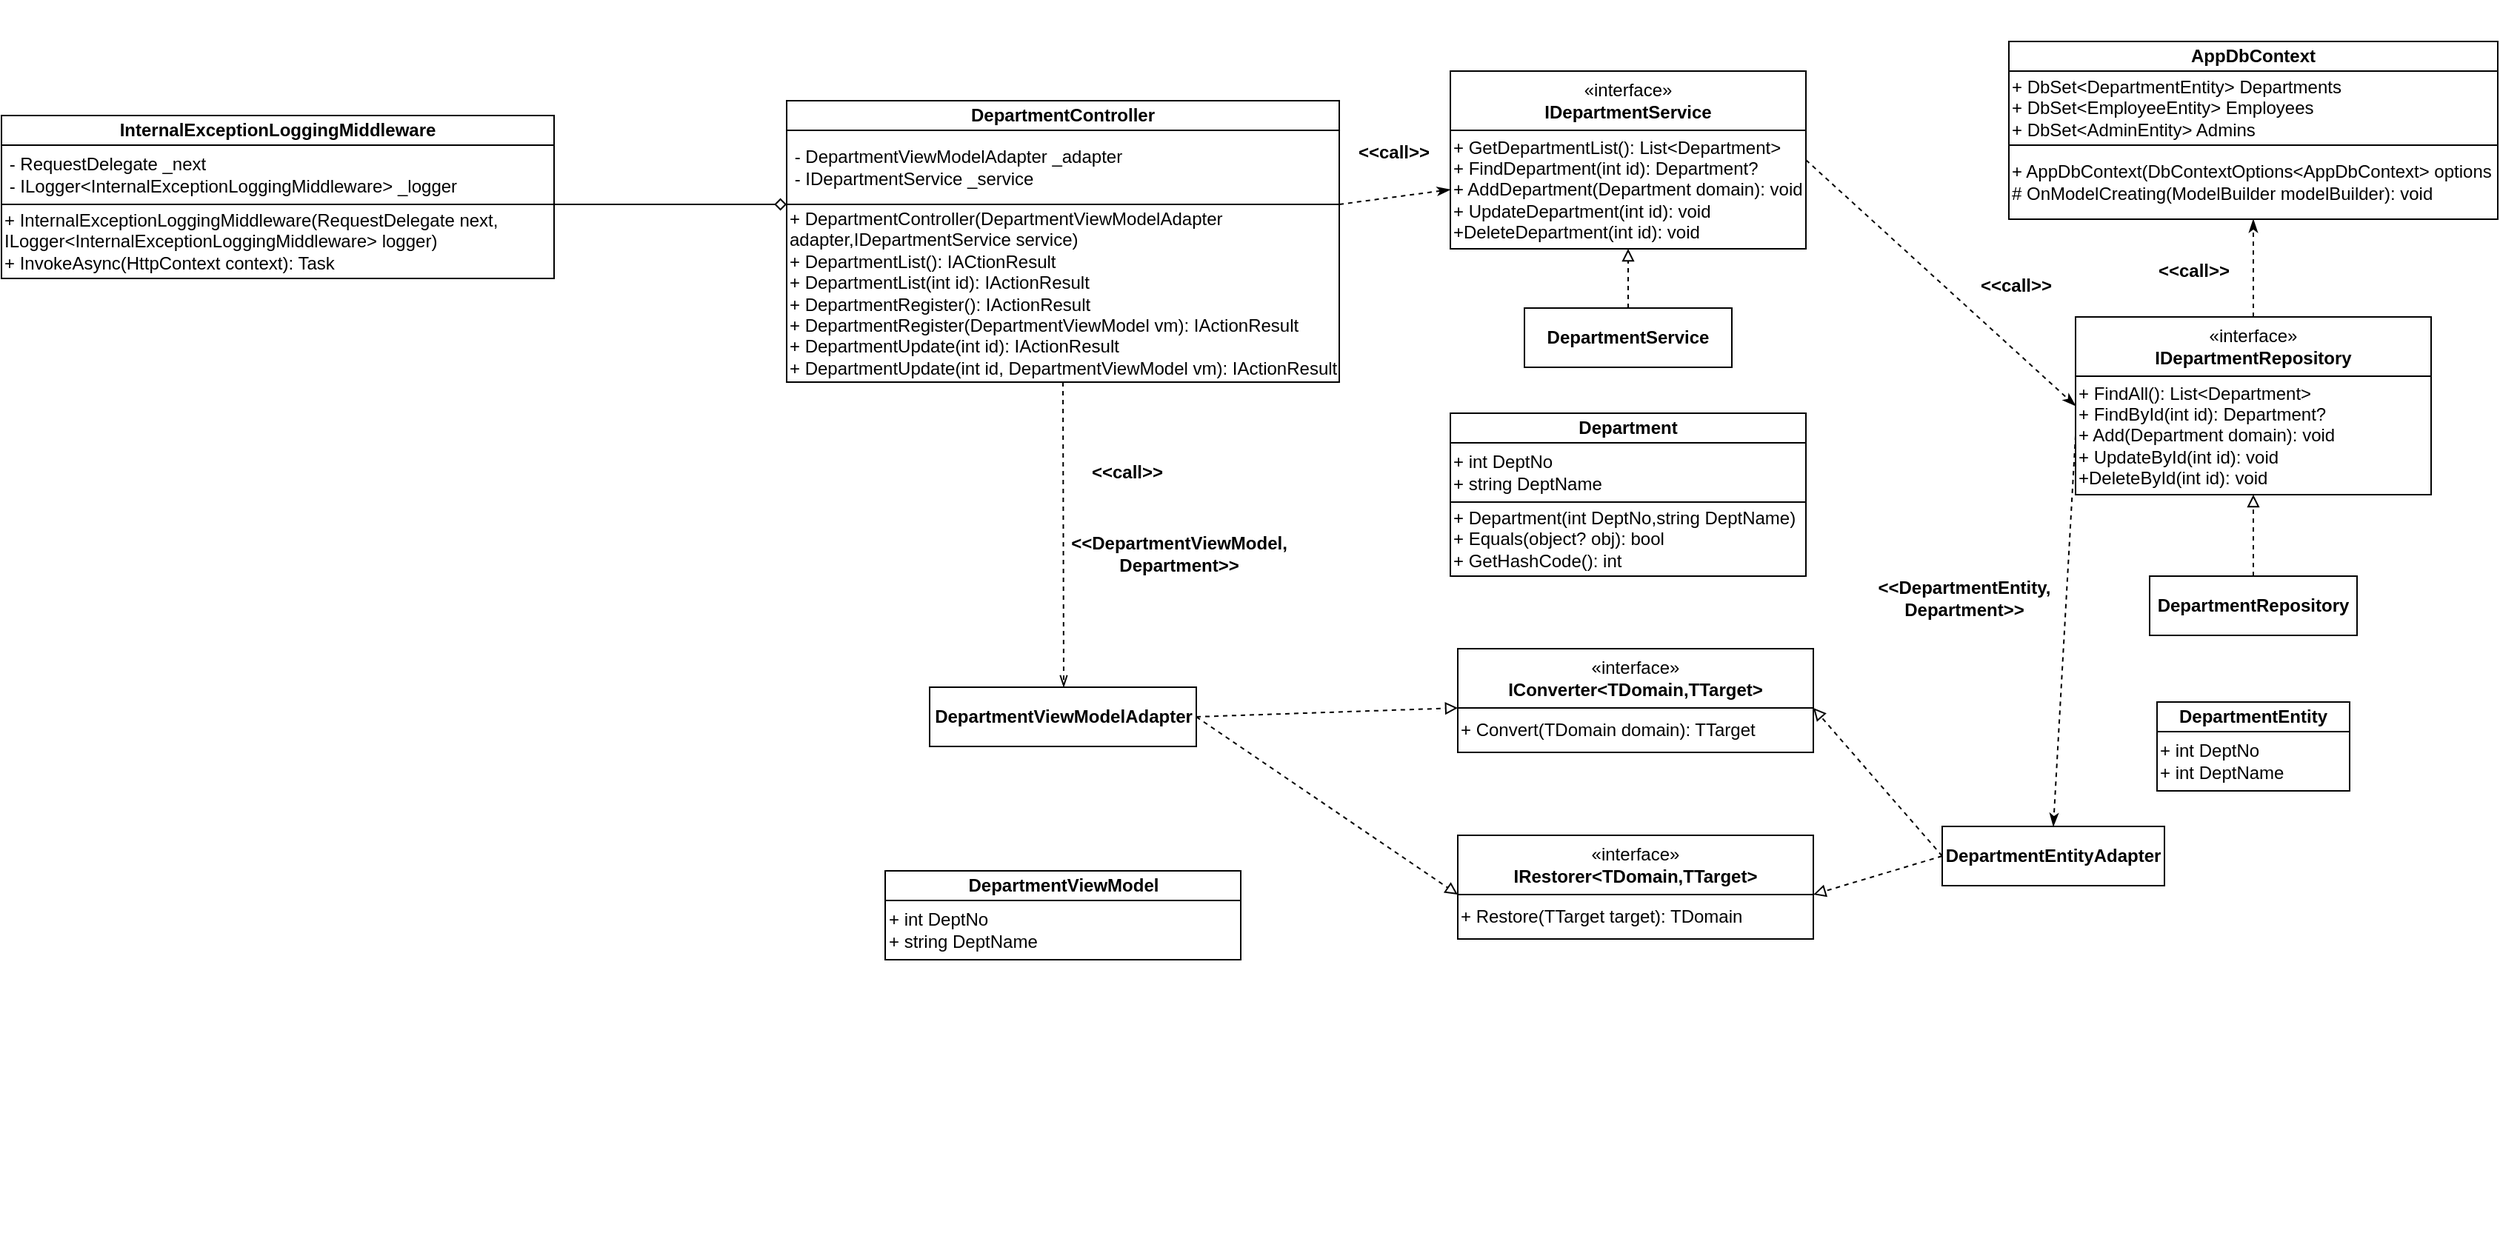
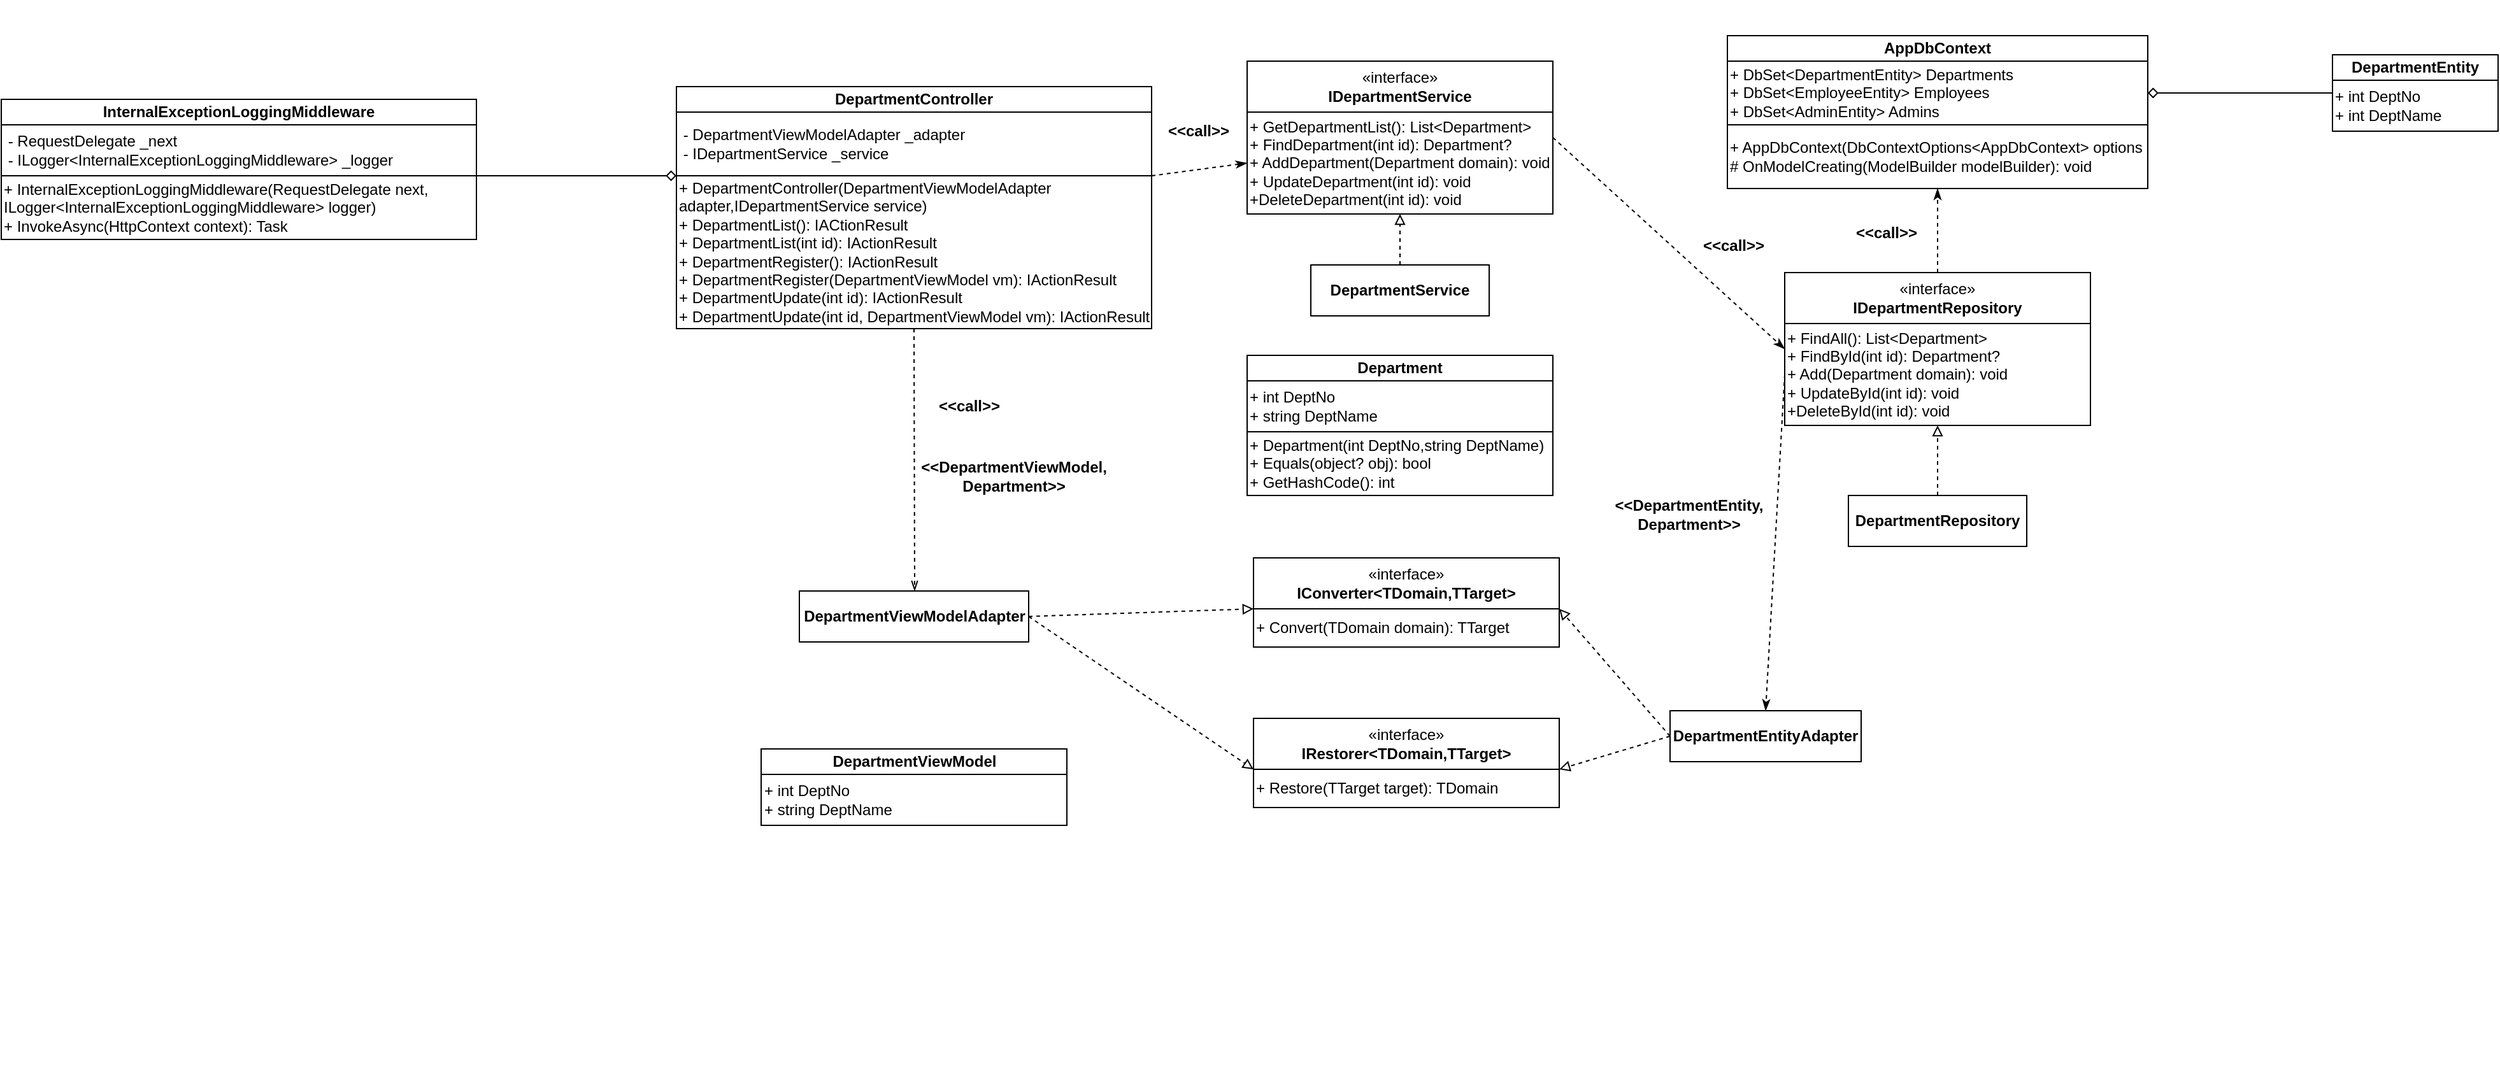
<mxfile host="app.diagrams.net" pages="3">
  <diagram id="eUCI7CJfwcSKy9IW8C9F" name="Department">
-     <mxGraphModel dx="1192" dy="1700" grid="1" gridSize="10" guides="1" tooltips="1" connect="1" arrows="1" fold="1" page="1" pageScale="1" pageWidth="827" pageHeight="1169" math="0" shadow="0">
+     <mxGraphModel dx="1257" dy="1813" grid="1" gridSize="10" guides="1" tooltips="1" connect="1" arrows="1" fold="1" page="1" pageScale="1" pageWidth="827" pageHeight="1169" math="0" shadow="0">
      <root>
        <mxCell id="0" />
        <mxCell id="1" parent="0" />
        <mxCell id="2i9eVV3r1PEfjE6ppo1e-16" parent="1" style="html=1;whiteSpace=wrap;" value="«interface»&lt;br&gt;&lt;b&gt;IDepartmentRepository&lt;/b&gt;" vertex="1">
          <mxGeometry height="40" width="240" x="1650" y="-884" as="geometry" />
        </mxCell>
        <mxCell id="2i9eVV3r1PEfjE6ppo1e-17" parent="1" style="html=1;whiteSpace=wrap;align=left;" value="+ FindAll(): List&amp;lt;Department&amp;gt;&lt;div&gt;+ FindById(int id): Department?&lt;/div&gt;&lt;div&gt;+ Add(Department domain): void&lt;/div&gt;&lt;div&gt;+ UpdateById(int id): void&lt;/div&gt;&lt;div&gt;+DeleteById(int id): void&lt;/div&gt;" vertex="1">
          <mxGeometry height="80" width="240" x="1650" y="-844" as="geometry" />
        </mxCell>
        <mxCell id="2i9eVV3r1PEfjE6ppo1e-24" parent="1" style="html=1;whiteSpace=wrap;" value="&lt;div&gt;&lt;b style=&quot;background-color: transparent; color: light-dark(rgb(0, 0, 0), rgb(255, 255, 255));&quot;&gt;DepartmentRepository&lt;/b&gt;&lt;/div&gt;" vertex="1">
          <mxGeometry height="40" width="140" x="1700" y="-709" as="geometry" />
        </mxCell>
        <mxCell id="2i9eVV3r1PEfjE6ppo1e-27" edge="1" parent="1" source="2i9eVV3r1PEfjE6ppo1e-24" style="endArrow=block;html=1;rounded=0;dashed=1;endFill=0;exitX=0.5;exitY=0;exitDx=0;exitDy=0;entryX=0.5;entryY=1;entryDx=0;entryDy=0;" target="2i9eVV3r1PEfjE6ppo1e-17" value="">
          <mxGeometry height="50" relative="1" width="50" as="geometry">
            <mxPoint x="1838" y="-684" as="sourcePoint" />
            <mxPoint x="1888" y="-734" as="targetPoint" />
          </mxGeometry>
        </mxCell>
        <mxCell id="2i9eVV3r1PEfjE6ppo1e-29" parent="1" style="html=1;whiteSpace=wrap;" value="«interface»&lt;br&gt;&lt;b&gt;IDepartmentService&lt;/b&gt;" vertex="1">
          <mxGeometry height="40" width="240" x="1228" y="-1050" as="geometry" />
        </mxCell>
        <mxCell id="2i9eVV3r1PEfjE6ppo1e-30" parent="1" style="html=1;whiteSpace=wrap;align=left;" value="+ GetDepartmentList(): List&amp;lt;Department&amp;gt;&lt;div&gt;+ FindDepartment(int id): Department?&lt;/div&gt;&lt;div&gt;+ AddDepartment(Department domain): void&lt;/div&gt;&lt;div&gt;+ UpdateDepartment(int id): void&lt;/div&gt;&lt;div&gt;+DeleteDepartment(int id): void&lt;/div&gt;" vertex="1">
          <mxGeometry height="80" width="240" x="1228" y="-1010" as="geometry" />
        </mxCell>
        <mxCell id="2i9eVV3r1PEfjE6ppo1e-31" parent="1" style="html=1;whiteSpace=wrap;" value="&lt;div&gt;&lt;b style=&quot;background-color: transparent; color: light-dark(rgb(0, 0, 0), rgb(255, 255, 255));&quot;&gt;DepartmentService&lt;/b&gt;&lt;/div&gt;" vertex="1">
          <mxGeometry height="40" width="140" x="1278" y="-890" as="geometry" />
        </mxCell>
        <mxCell id="2i9eVV3r1PEfjE6ppo1e-32" edge="1" parent="1" source="2i9eVV3r1PEfjE6ppo1e-31" style="endArrow=block;html=1;rounded=0;dashed=1;endFill=0;exitX=0.5;exitY=0;exitDx=0;exitDy=0;entryX=0.5;entryY=1;entryDx=0;entryDy=0;" target="2i9eVV3r1PEfjE6ppo1e-30" value="">
          <mxGeometry height="50" relative="1" width="50" as="geometry">
            <mxPoint x="1418" y="-853" as="sourcePoint" />
            <mxPoint x="1328" y="-930" as="targetPoint" />
          </mxGeometry>
        </mxCell>
        <mxCell id="2i9eVV3r1PEfjE6ppo1e-34" parent="1" style="html=1;whiteSpace=wrap;" value="«interface»&lt;br&gt;&lt;b&gt;IConverter&amp;lt;TDomain,TTarget&amp;gt;&lt;/b&gt;" vertex="1">
          <mxGeometry height="40" width="240" x="1233" y="-660" as="geometry" />
        </mxCell>
        <mxCell id="2i9eVV3r1PEfjE6ppo1e-35" parent="1" style="html=1;whiteSpace=wrap;align=left;" value="+ Convert(TDomain domain): TTarget" vertex="1">
          <mxGeometry height="30" width="240" x="1233" y="-620" as="geometry" />
        </mxCell>
        <mxCell id="2i9eVV3r1PEfjE6ppo1e-36" parent="1" style="html=1;whiteSpace=wrap;" value="«interface»&lt;br&gt;&lt;b&gt;IRestorer&amp;lt;TDomain,TTarget&amp;gt;&lt;/b&gt;" vertex="1">
          <mxGeometry height="40" width="240" x="1233" y="-534" as="geometry" />
        </mxCell>
        <mxCell id="2i9eVV3r1PEfjE6ppo1e-37" parent="1" style="html=1;whiteSpace=wrap;align=left;" value="+ Restore(TTarget target): TDomain" vertex="1">
          <mxGeometry height="30" width="240" x="1233" y="-494" as="geometry" />
        </mxCell>
        <mxCell id="2i9eVV3r1PEfjE6ppo1e-38" parent="1" style="html=1;whiteSpace=wrap;" value="&lt;div&gt;&lt;b style=&quot;background-color: transparent; color: light-dark(rgb(0, 0, 0), rgb(255, 255, 255));&quot;&gt;DepartmentEntityAdapter&lt;/b&gt;&lt;/div&gt;" vertex="1">
          <mxGeometry height="40" width="150" x="1560" y="-540" as="geometry" />
        </mxCell>
        <mxCell id="2i9eVV3r1PEfjE6ppo1e-45" edge="1" parent="1" style="edgeStyle=orthogonalEdgeStyle;rounded=0;orthogonalLoop=1;jettySize=auto;html=1;exitX=0.5;exitY=1;exitDx=0;exitDy=0;">
          <mxGeometry relative="1" as="geometry">
            <mxPoint x="1189" y="-264" as="sourcePoint" />
            <mxPoint x="1189.1764705882354" y="-263.82352941176464" as="targetPoint" />
          </mxGeometry>
        </mxCell>
        <mxCell id="2i9eVV3r1PEfjE6ppo1e-40" parent="1" style="html=1;whiteSpace=wrap;" value="&lt;div&gt;&lt;b style=&quot;background-color: transparent; color: light-dark(rgb(0, 0, 0), rgb(255, 255, 255));&quot;&gt;DepartmentViewModelAdapter&lt;/b&gt;&lt;/div&gt;" vertex="1">
          <mxGeometry height="40" width="180" x="876.5" y="-634" as="geometry" />
        </mxCell>
        <mxCell id="2i9eVV3r1PEfjE6ppo1e-41" edge="1" parent="1" source="2i9eVV3r1PEfjE6ppo1e-38" style="endArrow=block;html=1;rounded=0;dashed=1;endFill=0;entryX=1;entryY=0;entryDx=0;entryDy=0;exitX=0;exitY=0.5;exitDx=0;exitDy=0;" target="2i9eVV3r1PEfjE6ppo1e-35" value="">
          <mxGeometry height="50" relative="1" width="50" as="geometry">
            <mxPoint x="1263" y="-514" as="sourcePoint" />
            <mxPoint x="1348" y="-484" as="targetPoint" />
          </mxGeometry>
        </mxCell>
        <mxCell id="2i9eVV3r1PEfjE6ppo1e-42" edge="1" parent="1" source="2i9eVV3r1PEfjE6ppo1e-40" style="endArrow=block;html=1;rounded=0;dashed=1;endFill=0;exitX=1;exitY=0.5;exitDx=0;exitDy=0;entryX=0;entryY=1;entryDx=0;entryDy=0;" target="2i9eVV3r1PEfjE6ppo1e-36" value="">
          <mxGeometry height="50" relative="1" width="50" as="geometry">
            <mxPoint x="1583" y="-544" as="sourcePoint" />
            <mxPoint x="1583" y="-484" as="targetPoint" />
          </mxGeometry>
        </mxCell>
        <mxCell id="2i9eVV3r1PEfjE6ppo1e-43" edge="1" parent="1" source="2i9eVV3r1PEfjE6ppo1e-38" style="endArrow=block;html=1;rounded=0;dashed=1;endFill=0;entryX=1;entryY=0;entryDx=0;entryDy=0;exitX=0;exitY=0.5;exitDx=0;exitDy=0;" target="2i9eVV3r1PEfjE6ppo1e-37" value="">
          <mxGeometry height="50" relative="1" width="50" as="geometry">
            <mxPoint x="1423" y="-514" as="sourcePoint" />
            <mxPoint x="1423" y="-624" as="targetPoint" />
          </mxGeometry>
        </mxCell>
        <mxCell id="2i9eVV3r1PEfjE6ppo1e-44" edge="1" parent="1" source="2i9eVV3r1PEfjE6ppo1e-40" style="endArrow=block;html=1;rounded=0;dashed=1;endFill=0;exitX=1;exitY=0.5;exitDx=0;exitDy=0;entryX=0;entryY=0;entryDx=0;entryDy=0;" target="2i9eVV3r1PEfjE6ppo1e-35" value="">
          <mxGeometry height="50" relative="1" width="50" as="geometry">
            <mxPoint x="1503" y="-694" as="sourcePoint" />
            <mxPoint x="1503" y="-584" as="targetPoint" />
          </mxGeometry>
        </mxCell>
        <mxCell id="2i9eVV3r1PEfjE6ppo1e-46" parent="1" style="html=1;whiteSpace=wrap;" value="&lt;b&gt;DepartmentEntity&lt;/b&gt;" vertex="1">
-           <mxGeometry height="20" width="130" x="1705" y="-624" as="geometry" />
+           <mxGeometry height="20" width="130" x="2080" y="-1055" as="geometry" />
        </mxCell>
        <mxCell id="2i9eVV3r1PEfjE6ppo1e-47" parent="1" style="html=1;whiteSpace=wrap;align=left;" value="+ int DeptNo&lt;div&gt;+ int DeptName&lt;/div&gt;" vertex="1">
-           <mxGeometry height="40" width="130" x="1705" y="-604" as="geometry" />
+           <mxGeometry height="40" width="130" x="2080" y="-1035" as="geometry" />
        </mxCell>
        <mxCell id="2i9eVV3r1PEfjE6ppo1e-48" parent="1" style="html=1;whiteSpace=wrap;" value="&lt;b&gt;Department&lt;/b&gt;" vertex="1">
          <mxGeometry height="20" width="240" x="1228" y="-819" as="geometry" />
        </mxCell>
        <mxCell id="2i9eVV3r1PEfjE6ppo1e-49" parent="1" style="html=1;whiteSpace=wrap;align=left;" value="+ int DeptNo&lt;div&gt;+ string DeptName&lt;/div&gt;" vertex="1">
          <mxGeometry height="40" width="240" x="1228" y="-799" as="geometry" />
        </mxCell>
        <mxCell id="2i9eVV3r1PEfjE6ppo1e-50" parent="1" style="html=1;whiteSpace=wrap;align=left;" value="+ Department(int DeptNo,string DeptName)&lt;div&gt;+ Equals(object? obj): bool&lt;/div&gt;&lt;div&gt;+ GetHashCode(): int&lt;/div&gt;" vertex="1">
          <mxGeometry height="50" width="240" x="1228" y="-759" as="geometry" />
        </mxCell>
        <mxCell id="2i9eVV3r1PEfjE6ppo1e-58" edge="1" parent="1" style="edgeStyle=orthogonalEdgeStyle;rounded=0;orthogonalLoop=1;jettySize=auto;html=1;exitX=0.5;exitY=1;exitDx=0;exitDy=0;">
          <mxGeometry relative="1" as="geometry">
            <mxPoint x="1630" y="-1090" as="sourcePoint" />
            <mxPoint x="1630.1764705882354" y="-1089.8235294117646" as="targetPoint" />
          </mxGeometry>
        </mxCell>
        <mxCell id="2i9eVV3r1PEfjE6ppo1e-62" parent="1" style="html=1;whiteSpace=wrap;" value="&lt;b&gt;AppDbContext&lt;/b&gt;" vertex="1">
          <mxGeometry height="20" width="330" x="1605" y="-1070" as="geometry" />
        </mxCell>
        <mxCell id="2i9eVV3r1PEfjE6ppo1e-63" parent="1" style="html=1;whiteSpace=wrap;align=left;" value="+ DbSet&amp;lt;DepartmentEntity&amp;gt; Departments&lt;div&gt;+ DbSet&amp;lt;EmployeeEntity&amp;gt; Employees&lt;/div&gt;&lt;div&gt;+ DbSet&amp;lt;AdminEntity&amp;gt; Admins&lt;/div&gt;" vertex="1">
          <mxGeometry height="50" width="330" x="1605" y="-1050" as="geometry" />
        </mxCell>
        <mxCell id="2i9eVV3r1PEfjE6ppo1e-64" parent="1" style="html=1;whiteSpace=wrap;align=left;" value="+ AppDbContext(DbContextOptions&amp;lt;AppDbContext&amp;gt; options&lt;div&gt;# OnModelCreating(ModelBuilder modelBuilder): void&lt;/div&gt;" vertex="1">
          <mxGeometry height="50" width="330" x="1605" y="-1000" as="geometry" />
        </mxCell>
        <mxCell id="1DbSAZ7MzG7zbJFLRsLz-1" parent="1" style="html=1;whiteSpace=wrap;" value="&lt;b&gt;DepartmentController&lt;/b&gt;" vertex="1">
          <mxGeometry height="20" width="373" x="780" y="-1030" as="geometry" />
        </mxCell>
        <mxCell id="1DbSAZ7MzG7zbJFLRsLz-2" parent="1" style="html=1;whiteSpace=wrap;align=left;" value="&amp;nbsp;- DepartmentViewModelAdapter _adapter&lt;div&gt;&amp;nbsp;- IDepartmentService _service&lt;/div&gt;" vertex="1">
          <mxGeometry height="50" width="373" x="780" y="-1010" as="geometry" />
        </mxCell>
        <mxCell id="1DbSAZ7MzG7zbJFLRsLz-3" parent="1" style="html=1;whiteSpace=wrap;align=left;" value="+ DepartmentController(DepartmentViewModelAdapter adapter,IDepartmentService service)&lt;div&gt;+ DepartmentList(): IACtionResult&lt;/div&gt;&lt;div&gt;+ DepartmentList(int id): IActionResult&lt;/div&gt;&lt;div&gt;+ DepartmentRegister(): IActionResult&lt;/div&gt;&lt;div&gt;+ DepartmentRegister(DepartmentViewModel vm): IActionResult&amp;nbsp;&lt;/div&gt;&lt;div&gt;+ DepartmentUpdate(int id):&amp;nbsp;&lt;span style=&quot;background-color: transparent; color: light-dark(rgb(0, 0, 0), rgb(255, 255, 255));&quot;&gt;IActionResult&lt;/span&gt;&lt;/div&gt;&lt;div&gt;&lt;span style=&quot;background-color: transparent; color: light-dark(rgb(0, 0, 0), rgb(255, 255, 255));&quot;&gt;+ DepartmentUpdate(int id, DepartmentViewModel vm):&amp;nbsp;&lt;/span&gt;&lt;span style=&quot;background-color: transparent; color: light-dark(rgb(0, 0, 0), rgb(255, 255, 255));&quot;&gt;IActionResult&lt;/span&gt;&lt;/div&gt;" vertex="1">
          <mxGeometry height="120" width="373" x="780" y="-960" as="geometry" />
        </mxCell>
        <mxCell id="1DbSAZ7MzG7zbJFLRsLz-4" edge="1" parent="1" source="1DbSAZ7MzG7zbJFLRsLz-3" style="endArrow=openThin;html=1;rounded=0;dashed=1;endFill=0;exitX=0.5;exitY=1;exitDx=0;exitDy=0;" value="">
          <mxGeometry height="50" relative="1" width="50" as="geometry">
            <mxPoint x="944.38" y="-650" as="sourcePoint" />
            <mxPoint x="967" y="-634" as="targetPoint" />
          </mxGeometry>
        </mxCell>
        <mxCell id="1DbSAZ7MzG7zbJFLRsLz-5" parent="1" style="text;html=1;whiteSpace=wrap;strokeColor=none;fillColor=none;align=center;verticalAlign=middle;rounded=0;" value="&lt;b&gt;&amp;lt;&amp;lt;call&amp;gt;&amp;gt;&lt;/b&gt;" vertex="1">
          <mxGeometry height="30" width="60" x="980" y="-794" as="geometry" />
        </mxCell>
        <mxCell id="1DbSAZ7MzG7zbJFLRsLz-6" edge="1" parent="1" source="1DbSAZ7MzG7zbJFLRsLz-3" style="endArrow=classicThin;html=1;rounded=0;dashed=1;endFill=1;exitX=1;exitY=0;exitDx=0;exitDy=0;entryX=0;entryY=0.5;entryDx=0;entryDy=0;" target="2i9eVV3r1PEfjE6ppo1e-30" value="">
          <mxGeometry height="50" relative="1" width="50" as="geometry">
            <mxPoint x="1040" y="-770" as="sourcePoint" />
            <mxPoint x="1040" y="-440" as="targetPoint" />
          </mxGeometry>
        </mxCell>
        <mxCell id="1DbSAZ7MzG7zbJFLRsLz-7" parent="1" style="text;html=1;whiteSpace=wrap;strokeColor=none;fillColor=none;align=center;verticalAlign=middle;rounded=0;" value="&lt;b&gt;&amp;lt;&amp;lt;call&amp;gt;&amp;gt;&lt;/b&gt;" vertex="1">
          <mxGeometry height="30" width="60" x="1160" y="-1010" as="geometry" />
        </mxCell>
        <mxCell id="1DbSAZ7MzG7zbJFLRsLz-8" parent="1" style="html=1;whiteSpace=wrap;" value="&lt;b&gt;DepartmentViewModel&lt;/b&gt;" vertex="1">
          <mxGeometry height="20" width="240" x="846.5" y="-510" as="geometry" />
        </mxCell>
        <mxCell id="1DbSAZ7MzG7zbJFLRsLz-9" parent="1" style="html=1;whiteSpace=wrap;align=left;" value="+ int DeptNo&lt;div&gt;+ string DeptName&lt;/div&gt;" vertex="1">
          <mxGeometry height="40" width="240" x="846.5" y="-490" as="geometry" />
        </mxCell>
        <mxCell id="1DbSAZ7MzG7zbJFLRsLz-12" parent="1" style="text;html=1;whiteSpace=wrap;strokeColor=none;fillColor=none;align=center;verticalAlign=middle;rounded=0;" value="&lt;b&gt;&amp;lt;&amp;lt;DepartmentViewModel,&lt;/b&gt;&lt;div&gt;&lt;b style=&quot;background-color: transparent; color: light-dark(rgb(0, 0, 0), rgb(255, 255, 255));&quot;&gt;Department&amp;gt;&amp;gt;&lt;/b&gt;&lt;/div&gt;" vertex="1">
          <mxGeometry height="30" width="110" x="990" y="-739" as="geometry" />
        </mxCell>
        <mxCell id="1DbSAZ7MzG7zbJFLRsLz-14" edge="1" parent="1" source="2i9eVV3r1PEfjE6ppo1e-16" style="endArrow=classicThin;html=1;rounded=0;dashed=1;endFill=1;exitX=0.5;exitY=0;exitDx=0;exitDy=0;entryX=0.5;entryY=1;entryDx=0;entryDy=0;" target="2i9eVV3r1PEfjE6ppo1e-64" value="">
          <mxGeometry height="50" relative="1" width="50" as="geometry">
            <mxPoint x="1610" y="-920" as="sourcePoint" />
            <mxPoint x="1685" y="-930" as="targetPoint" />
          </mxGeometry>
        </mxCell>
        <mxCell id="1DbSAZ7MzG7zbJFLRsLz-15" parent="1" style="text;html=1;whiteSpace=wrap;strokeColor=none;fillColor=none;align=center;verticalAlign=middle;rounded=0;" value="&lt;b&gt;&amp;lt;&amp;lt;call&amp;gt;&amp;gt;&lt;/b&gt;" vertex="1">
          <mxGeometry height="30" width="60" x="1700" y="-930" as="geometry" />
        </mxCell>
        <mxCell id="1DbSAZ7MzG7zbJFLRsLz-16" edge="1" parent="1" source="2i9eVV3r1PEfjE6ppo1e-30" style="endArrow=classicThin;html=1;rounded=0;dashed=1;endFill=1;exitX=1;exitY=0.25;exitDx=0;exitDy=0;entryX=0;entryY=0.25;entryDx=0;entryDy=0;" target="2i9eVV3r1PEfjE6ppo1e-17" value="">
          <mxGeometry height="50" relative="1" width="50" as="geometry">
            <mxPoint x="1520" y="-920" as="sourcePoint" />
            <mxPoint x="1595" y="-930" as="targetPoint" />
          </mxGeometry>
        </mxCell>
        <mxCell id="1DbSAZ7MzG7zbJFLRsLz-17" parent="1" style="text;html=1;whiteSpace=wrap;strokeColor=none;fillColor=none;align=center;verticalAlign=middle;rounded=0;" value="&lt;b&gt;&amp;lt;&amp;lt;call&amp;gt;&amp;gt;&lt;/b&gt;" vertex="1">
          <mxGeometry height="30" width="60" x="1580" y="-920" as="geometry" />
        </mxCell>
        <mxCell id="1DbSAZ7MzG7zbJFLRsLz-18" edge="1" parent="1" source="2i9eVV3r1PEfjE6ppo1e-17" style="endArrow=classicThin;html=1;rounded=0;dashed=1;endFill=1;exitX=0;exitY=0.5;exitDx=0;exitDy=0;entryX=0.5;entryY=0;entryDx=0;entryDy=0;" target="2i9eVV3r1PEfjE6ppo1e-38" value="">
          <mxGeometry height="50" relative="1" width="50" as="geometry">
            <mxPoint x="1600" y="-710" as="sourcePoint" />
            <mxPoint x="1675" y="-720" as="targetPoint" />
          </mxGeometry>
        </mxCell>
        <mxCell id="1DbSAZ7MzG7zbJFLRsLz-19" parent="1" style="text;html=1;whiteSpace=wrap;strokeColor=none;fillColor=none;align=center;verticalAlign=middle;rounded=0;" value="&lt;b&gt;&amp;lt;&amp;lt;DepartmentEntity,&lt;/b&gt;&lt;div&gt;&lt;b style=&quot;background-color: transparent; color: light-dark(rgb(0, 0, 0), rgb(255, 255, 255));&quot;&gt;Department&amp;gt;&amp;gt;&lt;/b&gt;&lt;/div&gt;" vertex="1">
          <mxGeometry height="30" width="130" x="1510" y="-709" as="geometry" />
        </mxCell>
        <mxCell id="9Ix3hi-wtfq-2U6wUrY2-1" parent="1" style="html=1;whiteSpace=wrap;" value="&lt;b&gt;InternalExceptionLoggingMiddleware&lt;/b&gt;" vertex="1">
          <mxGeometry height="20" width="373" x="250" y="-1020" as="geometry" />
        </mxCell>
        <mxCell id="9Ix3hi-wtfq-2U6wUrY2-2" parent="1" style="html=1;whiteSpace=wrap;align=left;" value="&amp;nbsp;- RequestDelegate _next&lt;div&gt;&amp;nbsp;- ILogger&amp;lt;InternalExceptionLoggingMiddleware&amp;gt; _logger&lt;/div&gt;" vertex="1">
          <mxGeometry height="40" width="373" x="250" y="-1000" as="geometry" />
        </mxCell>
        <mxCell id="9Ix3hi-wtfq-2U6wUrY2-3" parent="1" style="html=1;whiteSpace=wrap;align=left;" value="+ InternalExceptionLoggingMiddleware(RequestDelegate next, ILogger&amp;lt;InternalExceptionLoggingMiddleware&amp;gt; logger)&lt;div&gt;+ InvokeAsync(HttpContext context): Task&lt;/div&gt;" vertex="1">
          <mxGeometry height="50" width="373" x="250" y="-960" as="geometry" />
        </mxCell>
        <mxCell id="9Ix3hi-wtfq-2U6wUrY2-4" edge="1" parent="1" source="9Ix3hi-wtfq-2U6wUrY2-3" style="endArrow=diamond;html=1;rounded=0;exitX=1;exitY=0;exitDx=0;exitDy=0;entryX=0;entryY=0;entryDx=0;entryDy=0;endFill=0;" target="1DbSAZ7MzG7zbJFLRsLz-3" value="">
          <mxGeometry height="50" relative="1" width="50" as="geometry">
            <mxPoint x="680" y="-900" as="sourcePoint" />
            <mxPoint x="730" y="-950" as="targetPoint" />
          </mxGeometry>
        </mxCell>
+         <mxCell id="km-V2S8EZdVJVERtS5GH-1" edge="1" parent="1" source="2i9eVV3r1PEfjE6ppo1e-47" style="endArrow=diamond;html=1;rounded=0;exitX=0;exitY=0.25;exitDx=0;exitDy=0;entryX=1;entryY=0.5;entryDx=0;entryDy=0;endFill=0;" target="2i9eVV3r1PEfjE6ppo1e-63" value="">
+           <mxGeometry height="50" relative="1" width="50" as="geometry">
+             <mxPoint x="1999.9999999999995" y="-980" as="sourcePoint" />
+             <mxPoint x="2037" y="-910" as="targetPoint" />
+           </mxGeometry>
+         </mxCell>
      </root>
    </mxGraphModel>
  </diagram>
  <diagram name="Employee" id="ctHemjxWDjDr60AbpEuo">
-     <mxGraphModel dx="1688" dy="1921" grid="1" gridSize="10" guides="1" tooltips="1" connect="1" arrows="1" fold="1" page="1" pageScale="1" pageWidth="827" pageHeight="1169" math="0" shadow="0">
+     <mxGraphModel dx="1257" dy="1813" grid="1" gridSize="10" guides="1" tooltips="1" connect="1" arrows="1" fold="1" page="1" pageScale="1" pageWidth="827" pageHeight="1169" math="0" shadow="0">
      <root>
        <mxCell id="L4VuaSQB8rrQu0eL9hJd-0" />
        <mxCell id="L4VuaSQB8rrQu0eL9hJd-1" parent="L4VuaSQB8rrQu0eL9hJd-0" />
        <mxCell id="L4VuaSQB8rrQu0eL9hJd-2" parent="L4VuaSQB8rrQu0eL9hJd-1" style="html=1;whiteSpace=wrap;" value="«interface»&lt;br&gt;&lt;b&gt;IEmployeeRepository&lt;/b&gt;" vertex="1">
          <mxGeometry height="40" width="240" x="1440" y="-924" as="geometry" />
        </mxCell>
        <mxCell id="L4VuaSQB8rrQu0eL9hJd-3" parent="L4VuaSQB8rrQu0eL9hJd-1" style="html=1;whiteSpace=wrap;align=left;" value="+ FindAll(): List&amp;lt;Employee&amp;gt;&lt;div&gt;+ FindById(int id): Employee?&lt;/div&gt;&lt;div&gt;+ Add(Employee&amp;nbsp;domain): void&lt;/div&gt;&lt;div&gt;+ UpdateById(int id): void&lt;/div&gt;&lt;div&gt;+DeleteById(int id): void&lt;/div&gt;" vertex="1">
          <mxGeometry height="80" width="240" x="1440" y="-884" as="geometry" />
        </mxCell>
        <mxCell id="L4VuaSQB8rrQu0eL9hJd-4" parent="L4VuaSQB8rrQu0eL9hJd-1" style="html=1;whiteSpace=wrap;" value="&lt;div&gt;&lt;b&gt;&lt;span style=&quot;text-align: left; background-color: transparent; color: light-dark(rgb(0, 0, 0), rgb(255, 255, 255));&quot;&gt;Employee&lt;/span&gt;&lt;span style=&quot;background-color: transparent; color: light-dark(rgb(0, 0, 0), rgb(255, 255, 255));&quot;&gt;Repository&lt;/span&gt;&lt;/b&gt;&lt;/div&gt;" vertex="1">
          <mxGeometry height="40" width="140" x="1490" y="-749" as="geometry" />
        </mxCell>
        <mxCell id="L4VuaSQB8rrQu0eL9hJd-5" edge="1" parent="L4VuaSQB8rrQu0eL9hJd-1" source="L4VuaSQB8rrQu0eL9hJd-4" style="endArrow=block;html=1;rounded=0;dashed=1;endFill=0;exitX=0.5;exitY=0;exitDx=0;exitDy=0;entryX=0.5;entryY=1;entryDx=0;entryDy=0;" target="L4VuaSQB8rrQu0eL9hJd-3" value="">
          <mxGeometry height="50" relative="1" width="50" as="geometry">
            <mxPoint x="1628" y="-724" as="sourcePoint" />
            <mxPoint x="1678" y="-774" as="targetPoint" />
          </mxGeometry>
        </mxCell>
        <mxCell id="L4VuaSQB8rrQu0eL9hJd-6" parent="L4VuaSQB8rrQu0eL9hJd-1" style="html=1;whiteSpace=wrap;" value="«interface»&lt;br&gt;&lt;b&gt;IEmployeeService&lt;/b&gt;" vertex="1">
          <mxGeometry height="40" width="240" x="1018" y="-1090" as="geometry" />
        </mxCell>
        <mxCell id="L4VuaSQB8rrQu0eL9hJd-7" parent="L4VuaSQB8rrQu0eL9hJd-1" style="html=1;whiteSpace=wrap;align=left;" value="+ GetEmployeeList(): List&amp;lt;Employee&amp;gt;&lt;div&gt;+ Find&lt;span style=&quot;background-color: transparent; color: light-dark(rgb(0, 0, 0), rgb(255, 255, 255));&quot;&gt;Employee&lt;/span&gt;&lt;span style=&quot;background-color: transparent; color: light-dark(rgb(0, 0, 0), rgb(255, 255, 255));&quot;&gt;(int id):&amp;nbsp;&lt;/span&gt;&lt;span style=&quot;background-color: transparent; color: light-dark(rgb(0, 0, 0), rgb(255, 255, 255));&quot;&gt;Employee&lt;/span&gt;&lt;span style=&quot;background-color: transparent; color: light-dark(rgb(0, 0, 0), rgb(255, 255, 255));&quot;&gt;?&lt;/span&gt;&lt;/div&gt;&lt;div&gt;+ Add&lt;span style=&quot;background-color: transparent; color: light-dark(rgb(0, 0, 0), rgb(255, 255, 255));&quot;&gt;Employee&lt;/span&gt;&lt;span style=&quot;background-color: transparent; color: light-dark(rgb(0, 0, 0), rgb(255, 255, 255));&quot;&gt;(&lt;/span&gt;&lt;span style=&quot;background-color: transparent; color: light-dark(rgb(0, 0, 0), rgb(255, 255, 255));&quot;&gt;Employee&lt;/span&gt;&lt;span style=&quot;background-color: transparent; color: light-dark(rgb(0, 0, 0), rgb(255, 255, 255));&quot;&gt;&amp;nbsp;domain): void&lt;/span&gt;&lt;/div&gt;&lt;div&gt;+ Update&lt;span style=&quot;background-color: transparent; color: light-dark(rgb(0, 0, 0), rgb(255, 255, 255));&quot;&gt;Employee&lt;/span&gt;&lt;span style=&quot;background-color: transparent; color: light-dark(rgb(0, 0, 0), rgb(255, 255, 255));&quot;&gt;(int id): void&lt;/span&gt;&lt;/div&gt;&lt;div&gt;+Delete&lt;span style=&quot;background-color: transparent; color: light-dark(rgb(0, 0, 0), rgb(255, 255, 255));&quot;&gt;Employee&lt;/span&gt;&lt;span style=&quot;background-color: transparent; color: light-dark(rgb(0, 0, 0), rgb(255, 255, 255));&quot;&gt;(int id): void&lt;/span&gt;&lt;/div&gt;" vertex="1">
          <mxGeometry height="80" width="240" x="1018" y="-1050" as="geometry" />
        </mxCell>
        <mxCell id="L4VuaSQB8rrQu0eL9hJd-8" parent="L4VuaSQB8rrQu0eL9hJd-1" style="html=1;whiteSpace=wrap;" value="&lt;div&gt;&lt;b style=&quot;background-color: transparent; color: light-dark(rgb(0, 0, 0), rgb(255, 255, 255));&quot;&gt;EmployeeService&lt;/b&gt;&lt;/div&gt;" vertex="1">
          <mxGeometry height="40" width="140" x="1068" y="-930" as="geometry" />
        </mxCell>
        <mxCell id="L4VuaSQB8rrQu0eL9hJd-9" edge="1" parent="L4VuaSQB8rrQu0eL9hJd-1" source="L4VuaSQB8rrQu0eL9hJd-8" style="endArrow=block;html=1;rounded=0;dashed=1;endFill=0;exitX=0.5;exitY=0;exitDx=0;exitDy=0;entryX=0.5;entryY=1;entryDx=0;entryDy=0;" target="L4VuaSQB8rrQu0eL9hJd-7" value="">
          <mxGeometry height="50" relative="1" width="50" as="geometry">
            <mxPoint x="1208" y="-893" as="sourcePoint" />
            <mxPoint x="1118" y="-970" as="targetPoint" />
          </mxGeometry>
        </mxCell>
        <mxCell id="L4VuaSQB8rrQu0eL9hJd-10" parent="L4VuaSQB8rrQu0eL9hJd-1" style="html=1;whiteSpace=wrap;" value="«interface»&lt;br&gt;&lt;b&gt;IConverter&amp;lt;TDomain,TTarget&amp;gt;&lt;/b&gt;" vertex="1">
          <mxGeometry height="40" width="240" x="1023" y="-638" as="geometry" />
        </mxCell>
        <mxCell id="L4VuaSQB8rrQu0eL9hJd-11" parent="L4VuaSQB8rrQu0eL9hJd-1" style="html=1;whiteSpace=wrap;align=left;" value="+ Convert(TDomain domain): TTarget" vertex="1">
          <mxGeometry height="30" width="240" x="1023" y="-598" as="geometry" />
        </mxCell>
        <mxCell id="L4VuaSQB8rrQu0eL9hJd-12" parent="L4VuaSQB8rrQu0eL9hJd-1" style="html=1;whiteSpace=wrap;" value="«interface»&lt;br&gt;&lt;b&gt;IRestorer&amp;lt;TDomain,TTarget&amp;gt;&lt;/b&gt;" vertex="1">
          <mxGeometry height="40" width="240" x="1023" y="-512" as="geometry" />
        </mxCell>
        <mxCell id="L4VuaSQB8rrQu0eL9hJd-13" parent="L4VuaSQB8rrQu0eL9hJd-1" style="html=1;whiteSpace=wrap;align=left;" value="+ Restore(TTarget target): TDomain" vertex="1">
          <mxGeometry height="30" width="240" x="1023" y="-472" as="geometry" />
        </mxCell>
        <mxCell id="L4VuaSQB8rrQu0eL9hJd-14" parent="L4VuaSQB8rrQu0eL9hJd-1" style="html=1;whiteSpace=wrap;" value="&lt;div&gt;&lt;span style=&quot;text-align: left; background-color: transparent; color: light-dark(rgb(0, 0, 0), rgb(255, 255, 255));&quot;&gt;&lt;b&gt;Employee&lt;/b&gt;&lt;/span&gt;&lt;b style=&quot;background-color: transparent; color: light-dark(rgb(0, 0, 0), rgb(255, 255, 255));&quot;&gt;EntityAdapter&lt;/b&gt;&lt;/div&gt;" vertex="1">
          <mxGeometry height="40" width="150" x="1350" y="-580" as="geometry" />
        </mxCell>
        <mxCell id="L4VuaSQB8rrQu0eL9hJd-15" edge="1" parent="L4VuaSQB8rrQu0eL9hJd-1" style="edgeStyle=orthogonalEdgeStyle;rounded=0;orthogonalLoop=1;jettySize=auto;html=1;exitX=0.5;exitY=1;exitDx=0;exitDy=0;">
          <mxGeometry relative="1" as="geometry">
            <mxPoint x="1189" y="-264" as="sourcePoint" />
            <mxPoint x="1189.1764705882354" y="-263.82352941176464" as="targetPoint" />
          </mxGeometry>
        </mxCell>
        <mxCell id="L4VuaSQB8rrQu0eL9hJd-16" parent="L4VuaSQB8rrQu0eL9hJd-1" style="html=1;whiteSpace=wrap;" value="&lt;div&gt;&lt;b style=&quot;background-color: transparent; color: light-dark(rgb(0, 0, 0), rgb(255, 255, 255));&quot;&gt;EmployeeViewModelAdapter&lt;/b&gt;&lt;/div&gt;" vertex="1">
          <mxGeometry height="40" width="180" x="666.5" y="-674" as="geometry" />
        </mxCell>
        <mxCell id="L4VuaSQB8rrQu0eL9hJd-17" edge="1" parent="L4VuaSQB8rrQu0eL9hJd-1" source="L4VuaSQB8rrQu0eL9hJd-14" style="endArrow=block;html=1;rounded=0;dashed=1;endFill=0;entryX=1;entryY=0;entryDx=0;entryDy=0;exitX=0;exitY=0.5;exitDx=0;exitDy=0;" target="L4VuaSQB8rrQu0eL9hJd-11" value="">
          <mxGeometry height="50" relative="1" width="50" as="geometry">
            <mxPoint x="1053" y="-554" as="sourcePoint" />
            <mxPoint x="1138" y="-524" as="targetPoint" />
          </mxGeometry>
        </mxCell>
        <mxCell id="L4VuaSQB8rrQu0eL9hJd-18" edge="1" parent="L4VuaSQB8rrQu0eL9hJd-1" source="L4VuaSQB8rrQu0eL9hJd-16" style="endArrow=block;html=1;rounded=0;dashed=1;endFill=0;exitX=1;exitY=0.5;exitDx=0;exitDy=0;entryX=0;entryY=1;entryDx=0;entryDy=0;" target="L4VuaSQB8rrQu0eL9hJd-12" value="">
          <mxGeometry height="50" relative="1" width="50" as="geometry">
            <mxPoint x="1373" y="-584" as="sourcePoint" />
            <mxPoint x="1373" y="-524" as="targetPoint" />
          </mxGeometry>
        </mxCell>
        <mxCell id="L4VuaSQB8rrQu0eL9hJd-19" edge="1" parent="L4VuaSQB8rrQu0eL9hJd-1" source="L4VuaSQB8rrQu0eL9hJd-14" style="endArrow=block;html=1;rounded=0;dashed=1;endFill=0;entryX=1;entryY=0;entryDx=0;entryDy=0;exitX=0;exitY=0.5;exitDx=0;exitDy=0;" target="L4VuaSQB8rrQu0eL9hJd-13" value="">
          <mxGeometry height="50" relative="1" width="50" as="geometry">
            <mxPoint x="1213" y="-554" as="sourcePoint" />
            <mxPoint x="1213" y="-664" as="targetPoint" />
          </mxGeometry>
        </mxCell>
        <mxCell id="L4VuaSQB8rrQu0eL9hJd-20" edge="1" parent="L4VuaSQB8rrQu0eL9hJd-1" source="L4VuaSQB8rrQu0eL9hJd-16" style="endArrow=block;html=1;rounded=0;dashed=1;endFill=0;exitX=1;exitY=0.5;exitDx=0;exitDy=0;entryX=0;entryY=0;entryDx=0;entryDy=0;" target="L4VuaSQB8rrQu0eL9hJd-11" value="">
          <mxGeometry height="50" relative="1" width="50" as="geometry">
            <mxPoint x="1293" y="-734" as="sourcePoint" />
            <mxPoint x="1293" y="-624" as="targetPoint" />
          </mxGeometry>
        </mxCell>
        <mxCell id="L4VuaSQB8rrQu0eL9hJd-21" parent="L4VuaSQB8rrQu0eL9hJd-1" style="html=1;whiteSpace=wrap;" value="&lt;span style=&quot;text-align: left;&quot;&gt;&lt;b&gt;Employee&lt;/b&gt;&lt;/span&gt;&lt;b&gt;Entity&lt;/b&gt;" vertex="1">
-           <mxGeometry height="20" width="150" x="1520" y="-660" as="geometry" />
-         </mxCell>
-         <mxCell id="L4VuaSQB8rrQu0eL9hJd-22" parent="L4VuaSQB8rrQu0eL9hJd-1" style="html=1;whiteSpace=wrap;align=left;" value="+ int? EmpNo&lt;div&gt;+ string EmpName&lt;/div&gt;&lt;div&gt;+ int EmpAge&lt;/div&gt;&lt;div&gt;+ int? DeptNo&lt;/div&gt;&lt;div&gt;+ DepartmentEntity? Dept&lt;/div&gt;" vertex="1">
-           <mxGeometry height="90" width="150" x="1520" y="-640" as="geometry" />
+           <mxGeometry height="20" width="150" x="1917" y="-1120" as="geometry" />
+         </mxCell>
+         <mxCell id="L4VuaSQB8rrQu0eL9hJd-22" parent="L4VuaSQB8rrQu0eL9hJd-1" style="html=1;whiteSpace=wrap;align=left;" value="+ int? EmpNo&lt;div&gt;+ string EmpName&lt;/div&gt;&lt;div&gt;+ DateOnly Birthday&lt;/div&gt;&lt;div&gt;+ string Mail&lt;/div&gt;&lt;div&gt;+ int? DeptNo&lt;/div&gt;&lt;div&gt;+ DepartmentEntity? Dept&lt;/div&gt;" vertex="1">
+           <mxGeometry height="90" width="150" x="1917" y="-1100" as="geometry" />
        </mxCell>
        <mxCell id="L4VuaSQB8rrQu0eL9hJd-23" parent="L4VuaSQB8rrQu0eL9hJd-1" style="html=1;whiteSpace=wrap;" value="&lt;b&gt;Employee&lt;/b&gt;" vertex="1">
          <mxGeometry height="20" width="240" x="1018" y="-859" as="geometry" />
        </mxCell>
-         <mxCell id="L4VuaSQB8rrQu0eL9hJd-24" parent="L4VuaSQB8rrQu0eL9hJd-1" style="html=1;whiteSpace=wrap;align=left;" value="+ int? EmpNo&lt;div&gt;+ string EmpName&lt;/div&gt;&lt;div&gt;+ int EmpAge&lt;/div&gt;&lt;div&gt;+ int? DeptNo&lt;/div&gt;&lt;div&gt;+ Department? Dept&amp;nbsp;&lt;/div&gt;" vertex="1">
-           <mxGeometry height="79" width="240" x="1018" y="-839" as="geometry" />
+         <mxCell id="L4VuaSQB8rrQu0eL9hJd-24" parent="L4VuaSQB8rrQu0eL9hJd-1" style="html=1;whiteSpace=wrap;align=left;" value="+ int? EmpNo&lt;div&gt;+ string EmpName&lt;/div&gt;&lt;div&gt;+ DateOnly Birthday&lt;/div&gt;&lt;div&gt;+ string Mail&lt;/div&gt;&lt;div&gt;+ int? DeptNo&lt;/div&gt;&lt;div&gt;+ Department? Dept&amp;nbsp;&lt;/div&gt;" vertex="1">
+           <mxGeometry height="89" width="240" x="1018" y="-839" as="geometry" />
        </mxCell>
        <mxCell id="L4VuaSQB8rrQu0eL9hJd-25" parent="L4VuaSQB8rrQu0eL9hJd-1" style="html=1;whiteSpace=wrap;align=left;" value="+ Employee(int DeptNo,string DeptName)&lt;div&gt;+ Equals(object? obj): bool&lt;/div&gt;&lt;div&gt;+ GetHashCode(): int&lt;/div&gt;" vertex="1">
-           <mxGeometry height="50" width="240" x="1018" y="-759" as="geometry" />
+           <mxGeometry height="50" width="240" x="1018" y="-749" as="geometry" />
        </mxCell>
        <mxCell id="L4VuaSQB8rrQu0eL9hJd-26" edge="1" parent="L4VuaSQB8rrQu0eL9hJd-1" style="edgeStyle=orthogonalEdgeStyle;rounded=0;orthogonalLoop=1;jettySize=auto;html=1;exitX=0.5;exitY=1;exitDx=0;exitDy=0;">
          <mxGeometry relative="1" as="geometry">
            <mxPoint x="920" y="-1130" as="sourcePoint" />
            <mxPoint x="920.1764705882354" y="-1129.8235294117646" as="targetPoint" />
          </mxGeometry>
        </mxCell>
        <mxCell id="L4VuaSQB8rrQu0eL9hJd-27" parent="L4VuaSQB8rrQu0eL9hJd-1" style="html=1;whiteSpace=wrap;" value="&lt;b&gt;AppDbContext&lt;/b&gt;" vertex="1">
          <mxGeometry height="20" width="330" x="1395" y="-1110" as="geometry" />
        </mxCell>
        <mxCell id="L4VuaSQB8rrQu0eL9hJd-28" parent="L4VuaSQB8rrQu0eL9hJd-1" style="html=1;whiteSpace=wrap;align=left;" value="+ DbSet&amp;lt;DepartmentEntity&amp;gt; Departments&lt;div&gt;+ DbSet&amp;lt;EmployeeEntity&amp;gt; Employees&lt;/div&gt;&lt;div&gt;+ DbSet&amp;lt;AdminEntity&amp;gt; Admins&lt;/div&gt;" vertex="1">
          <mxGeometry height="50" width="330" x="1395" y="-1090" as="geometry" />
        </mxCell>
        <mxCell id="L4VuaSQB8rrQu0eL9hJd-29" parent="L4VuaSQB8rrQu0eL9hJd-1" style="html=1;whiteSpace=wrap;align=left;" value="+ AppDbContext(DbContextOptions&amp;lt;AppDbContext&amp;gt; options&lt;div&gt;# OnModelCreating(ModelBuilder modelBuilder): void&lt;/div&gt;" vertex="1">
          <mxGeometry height="50" width="330" x="1395" y="-1040" as="geometry" />
        </mxCell>
        <mxCell id="L4VuaSQB8rrQu0eL9hJd-30" parent="L4VuaSQB8rrQu0eL9hJd-1" style="html=1;whiteSpace=wrap;" value="&lt;b&gt;EmployeeController&lt;/b&gt;" vertex="1">
          <mxGeometry height="20" width="373" x="570" y="-1070" as="geometry" />
        </mxCell>
        <mxCell id="L4VuaSQB8rrQu0eL9hJd-31" parent="L4VuaSQB8rrQu0eL9hJd-1" style="html=1;whiteSpace=wrap;align=left;" value="&amp;nbsp;- EmployeeViewModelAdapter _employeeAdapter&lt;div&gt;&amp;nbsp;- DepartmentViewModelAdapter _departmentAdapter&lt;br&gt;&lt;div&gt;&amp;nbsp;- IEmployeeService _service&lt;/div&gt;&lt;/div&gt;" vertex="1">
          <mxGeometry height="50" width="373" x="570" y="-1050" as="geometry" />
        </mxCell>
        <mxCell id="L4VuaSQB8rrQu0eL9hJd-32" parent="L4VuaSQB8rrQu0eL9hJd-1" style="html=1;whiteSpace=wrap;align=left;" value="+ EmployeeController(EmployeeViewModelAdapter employeeAdapter, DepartmentViewModelAdapter departmentAdapter, IEmployeeService service)&lt;div&gt;+ EmployeeList(): IACtionResult&lt;/div&gt;&lt;div&gt;+ EmployeeList(int id): IActionResult&lt;/div&gt;&lt;div&gt;+ EmployeeRegister(): IActionResult&lt;/div&gt;&lt;div&gt;+ EmployeeRegister(EmployeeViewModel vm): IActionResult&amp;nbsp;&lt;/div&gt;&lt;div&gt;+ EmployeeUpdate(int id):&amp;nbsp;&lt;span style=&quot;background-color: transparent; color: light-dark(rgb(0, 0, 0), rgb(255, 255, 255));&quot;&gt;IActionResult&lt;/span&gt;&lt;/div&gt;&lt;div&gt;&lt;span style=&quot;background-color: transparent; color: light-dark(rgb(0, 0, 0), rgb(255, 255, 255));&quot;&gt;+&amp;nbsp;&lt;/span&gt;Employee&lt;span style=&quot;background-color: transparent; color: light-dark(rgb(0, 0, 0), rgb(255, 255, 255));&quot;&gt;Update(int id,&amp;nbsp;&lt;/span&gt;&lt;span style=&quot;background-color: transparent; color: light-dark(rgb(0, 0, 0), rgb(255, 255, 255));&quot;&gt;Employee&lt;/span&gt;&lt;span style=&quot;background-color: transparent; color: light-dark(rgb(0, 0, 0), rgb(255, 255, 255));&quot;&gt;ViewModel vm):&amp;nbsp;&lt;/span&gt;&lt;span style=&quot;background-color: transparent; color: light-dark(rgb(0, 0, 0), rgb(255, 255, 255));&quot;&gt;IActionResult&lt;/span&gt;&lt;/div&gt;" vertex="1">
          <mxGeometry height="130" width="373" x="570" y="-1000" as="geometry" />
        </mxCell>
        <mxCell id="L4VuaSQB8rrQu0eL9hJd-33" edge="1" parent="L4VuaSQB8rrQu0eL9hJd-1" source="L4VuaSQB8rrQu0eL9hJd-32" style="endArrow=openThin;html=1;rounded=0;dashed=1;endFill=0;exitX=0.5;exitY=1;exitDx=0;exitDy=0;" value="">
          <mxGeometry height="50" relative="1" width="50" as="geometry">
            <mxPoint x="734.38" y="-690" as="sourcePoint" />
            <mxPoint x="757" y="-674" as="targetPoint" />
          </mxGeometry>
        </mxCell>
        <mxCell id="L4VuaSQB8rrQu0eL9hJd-34" parent="L4VuaSQB8rrQu0eL9hJd-1" style="text;html=1;whiteSpace=wrap;strokeColor=none;fillColor=none;align=center;verticalAlign=middle;rounded=0;" value="&lt;b&gt;&amp;lt;&amp;lt;call&amp;gt;&amp;gt;&lt;/b&gt;" vertex="1">
          <mxGeometry height="30" width="60" x="770" y="-834" as="geometry" />
        </mxCell>
        <mxCell id="L4VuaSQB8rrQu0eL9hJd-35" edge="1" parent="L4VuaSQB8rrQu0eL9hJd-1" source="L4VuaSQB8rrQu0eL9hJd-32" style="endArrow=classicThin;html=1;rounded=0;dashed=1;endFill=1;exitX=1;exitY=0;exitDx=0;exitDy=0;entryX=0;entryY=0.5;entryDx=0;entryDy=0;" target="L4VuaSQB8rrQu0eL9hJd-7" value="">
          <mxGeometry height="50" relative="1" width="50" as="geometry">
            <mxPoint x="830" y="-810" as="sourcePoint" />
            <mxPoint x="830" y="-480" as="targetPoint" />
          </mxGeometry>
        </mxCell>
        <mxCell id="L4VuaSQB8rrQu0eL9hJd-36" parent="L4VuaSQB8rrQu0eL9hJd-1" style="text;html=1;whiteSpace=wrap;strokeColor=none;fillColor=none;align=center;verticalAlign=middle;rounded=0;" value="&lt;b&gt;&amp;lt;&amp;lt;call&amp;gt;&amp;gt;&lt;/b&gt;" vertex="1">
          <mxGeometry height="30" width="60" x="950" y="-1050" as="geometry" />
        </mxCell>
        <mxCell id="L4VuaSQB8rrQu0eL9hJd-37" parent="L4VuaSQB8rrQu0eL9hJd-1" style="html=1;whiteSpace=wrap;" value="&lt;b&gt;EmployeeViewModel&lt;/b&gt;" vertex="1">
          <mxGeometry height="20" width="240" x="636.5" y="-550" as="geometry" />
        </mxCell>
-         <mxCell id="L4VuaSQB8rrQu0eL9hJd-38" parent="L4VuaSQB8rrQu0eL9hJd-1" style="html=1;whiteSpace=wrap;align=left;" value="+ int? EmpNo&lt;div&gt;+ string EmpName&lt;/div&gt;&lt;div&gt;+&amp;nbsp;&lt;/div&gt;" vertex="1">
-           <mxGeometry height="40" width="240" x="636.5" y="-530" as="geometry" />
+         <mxCell id="L4VuaSQB8rrQu0eL9hJd-38" parent="L4VuaSQB8rrQu0eL9hJd-1" style="html=1;whiteSpace=wrap;align=left;" value="+ int? EmpNo&lt;div&gt;+ string EmpName&lt;/div&gt;&lt;div&gt;+ DateOnly Birthday&lt;/div&gt;&lt;div&gt;+ string Mail&lt;/div&gt;&lt;div&gt;+ int DeptNo&lt;/div&gt;&lt;div&gt;+ int? ChangedDeptNo&lt;/div&gt;" vertex="1">
+           <mxGeometry height="110" width="240" x="636.5" y="-530" as="geometry" />
        </mxCell>
        <mxCell id="L4VuaSQB8rrQu0eL9hJd-39" parent="L4VuaSQB8rrQu0eL9hJd-1" style="text;html=1;whiteSpace=wrap;strokeColor=none;fillColor=none;align=center;verticalAlign=middle;rounded=0;" value="&lt;b&gt;&amp;lt;&amp;lt;EmployeeViewModel,&lt;/b&gt;&lt;div&gt;&lt;b style=&quot;background-color: transparent; color: light-dark(rgb(0, 0, 0), rgb(255, 255, 255));&quot;&gt;Employee&amp;gt;&amp;gt;&lt;/b&gt;&lt;/div&gt;" vertex="1">
          <mxGeometry height="30" width="110" x="780" y="-779" as="geometry" />
        </mxCell>
        <mxCell id="L4VuaSQB8rrQu0eL9hJd-40" edge="1" parent="L4VuaSQB8rrQu0eL9hJd-1" source="L4VuaSQB8rrQu0eL9hJd-2" style="endArrow=classicThin;html=1;rounded=0;dashed=1;endFill=1;exitX=0.5;exitY=0;exitDx=0;exitDy=0;entryX=0.5;entryY=1;entryDx=0;entryDy=0;" target="L4VuaSQB8rrQu0eL9hJd-29" value="">
          <mxGeometry height="50" relative="1" width="50" as="geometry">
            <mxPoint x="1400" y="-960" as="sourcePoint" />
            <mxPoint x="1475" y="-970" as="targetPoint" />
          </mxGeometry>
        </mxCell>
        <mxCell id="L4VuaSQB8rrQu0eL9hJd-41" parent="L4VuaSQB8rrQu0eL9hJd-1" style="text;html=1;whiteSpace=wrap;strokeColor=none;fillColor=none;align=center;verticalAlign=middle;rounded=0;" value="&lt;b&gt;&amp;lt;&amp;lt;call&amp;gt;&amp;gt;&lt;/b&gt;" vertex="1">
          <mxGeometry height="30" width="60" x="1490" y="-970" as="geometry" />
        </mxCell>
        <mxCell id="L4VuaSQB8rrQu0eL9hJd-42" edge="1" parent="L4VuaSQB8rrQu0eL9hJd-1" source="L4VuaSQB8rrQu0eL9hJd-7" style="endArrow=classicThin;html=1;rounded=0;dashed=1;endFill=1;exitX=1;exitY=0.25;exitDx=0;exitDy=0;entryX=0;entryY=0.25;entryDx=0;entryDy=0;" target="L4VuaSQB8rrQu0eL9hJd-3" value="">
          <mxGeometry height="50" relative="1" width="50" as="geometry">
            <mxPoint x="1310" y="-960" as="sourcePoint" />
            <mxPoint x="1385" y="-970" as="targetPoint" />
          </mxGeometry>
        </mxCell>
        <mxCell id="L4VuaSQB8rrQu0eL9hJd-43" parent="L4VuaSQB8rrQu0eL9hJd-1" style="text;html=1;whiteSpace=wrap;strokeColor=none;fillColor=none;align=center;verticalAlign=middle;rounded=0;" value="&lt;b&gt;&amp;lt;&amp;lt;call&amp;gt;&amp;gt;&lt;/b&gt;" vertex="1">
          <mxGeometry height="30" width="60" x="1310" y="-930" as="geometry" />
        </mxCell>
        <mxCell id="L4VuaSQB8rrQu0eL9hJd-44" edge="1" parent="L4VuaSQB8rrQu0eL9hJd-1" source="L4VuaSQB8rrQu0eL9hJd-3" style="endArrow=classicThin;html=1;rounded=0;dashed=1;endFill=1;exitX=0;exitY=0.5;exitDx=0;exitDy=0;entryX=0.5;entryY=0;entryDx=0;entryDy=0;" target="L4VuaSQB8rrQu0eL9hJd-14" value="">
          <mxGeometry height="50" relative="1" width="50" as="geometry">
            <mxPoint x="1390" y="-750" as="sourcePoint" />
            <mxPoint x="1465" y="-760" as="targetPoint" />
          </mxGeometry>
        </mxCell>
        <mxCell id="L4VuaSQB8rrQu0eL9hJd-45" parent="L4VuaSQB8rrQu0eL9hJd-1" style="text;html=1;whiteSpace=wrap;strokeColor=none;fillColor=none;align=center;verticalAlign=middle;rounded=0;" value="&lt;b&gt;&amp;lt;&amp;lt;EmployeeEntity,&lt;/b&gt;&lt;div&gt;&lt;b style=&quot;background-color: transparent; color: light-dark(rgb(0, 0, 0), rgb(255, 255, 255));&quot;&gt;Employee&amp;gt;&amp;gt;&lt;/b&gt;&lt;/div&gt;" vertex="1">
          <mxGeometry height="30" width="130" x="1300" y="-749" as="geometry" />
        </mxCell>
        <mxCell id="tJ6zr7Ry7cS49w2Clh0y-0" parent="L4VuaSQB8rrQu0eL9hJd-1" style="html=1;whiteSpace=wrap;" value="&lt;b&gt;InternalExceptionLoggingMiddleware&lt;/b&gt;" vertex="1">
          <mxGeometry height="20" width="373" x="90" y="-1060" as="geometry" />
        </mxCell>
        <mxCell id="tJ6zr7Ry7cS49w2Clh0y-1" parent="L4VuaSQB8rrQu0eL9hJd-1" style="html=1;whiteSpace=wrap;align=left;" value="&amp;nbsp;- RequestDelegate _next&lt;div&gt;&amp;nbsp;- ILogger&amp;lt;InternalExceptionLoggingMiddleware&amp;gt; _logger&lt;/div&gt;" vertex="1">
          <mxGeometry height="40" width="373" x="90" y="-1040" as="geometry" />
        </mxCell>
        <mxCell id="tJ6zr7Ry7cS49w2Clh0y-2" parent="L4VuaSQB8rrQu0eL9hJd-1" style="html=1;whiteSpace=wrap;align=left;" value="+ InternalExceptionLoggingMiddleware(RequestDelegate next, ILogger&amp;lt;InternalExceptionLoggingMiddleware&amp;gt; logger)&lt;div&gt;+ InvokeAsync(HttpContext context): Task&lt;/div&gt;" vertex="1">
          <mxGeometry height="50" width="373" x="90" y="-1000" as="geometry" />
        </mxCell>
        <mxCell id="tJ6zr7Ry7cS49w2Clh0y-3" edge="1" parent="L4VuaSQB8rrQu0eL9hJd-1" source="tJ6zr7Ry7cS49w2Clh0y-2" style="endArrow=diamond;html=1;rounded=0;exitX=1;exitY=0;exitDx=0;exitDy=0;entryX=0;entryY=0;entryDx=0;entryDy=0;endFill=0;" target="L4VuaSQB8rrQu0eL9hJd-32" value="">
          <mxGeometry height="50" relative="1" width="50" as="geometry">
            <mxPoint x="450" y="-820" as="sourcePoint" />
            <mxPoint x="500" y="-870" as="targetPoint" />
+           </mxGeometry>
+         </mxCell>
+         <mxCell id="EFx4vHBw5PRTAbaVteqa-0" edge="1" parent="L4VuaSQB8rrQu0eL9hJd-1" source="L4VuaSQB8rrQu0eL9hJd-22" style="endArrow=diamond;html=1;rounded=0;exitX=0.008;exitY=0.366;exitDx=0;exitDy=0;entryX=1;entryY=0.5;entryDx=0;entryDy=0;endFill=0;exitPerimeter=0;" target="L4VuaSQB8rrQu0eL9hJd-28" value="">
+           <mxGeometry height="50" relative="1" width="50" as="geometry">
+             <mxPoint x="1790" y="-1025.71" as="sourcePoint" />
+             <mxPoint x="1897" y="-1025.71" as="targetPoint" />
          </mxGeometry>
        </mxCell>
      </root>
    </mxGraphModel>
  </diagram>
  <diagram id="2EHfoQtUMXIBtWF8J7_r" name="Middleware">
    <mxGraphModel dx="1001" dy="451" grid="1" gridSize="10" guides="1" tooltips="1" connect="1" arrows="1" fold="1" page="1" pageScale="1" pageWidth="827" pageHeight="1169" math="0" shadow="0">
      <root>
        <mxCell id="0" />
        <mxCell id="1" parent="0" />
        <mxCell id="9SU9_qW8QYxilL6sdXC9-1" parent="1" style="html=1;whiteSpace=wrap;" value="&lt;b&gt;InternalExceptionLoggingMiddleware&lt;/b&gt;" vertex="1">
          <mxGeometry height="20" width="373" x="190" y="110" as="geometry" />
        </mxCell>
        <mxCell id="9SU9_qW8QYxilL6sdXC9-2" parent="1" style="html=1;whiteSpace=wrap;align=left;" value="&amp;nbsp;- RequestDelegate _next&lt;div&gt;&amp;nbsp;- ILogger&amp;lt;InternalExceptionLoggingMiddleware&amp;gt; _logger&lt;/div&gt;" vertex="1">
          <mxGeometry height="40" width="373" x="190" y="130" as="geometry" />
        </mxCell>
        <mxCell id="9SU9_qW8QYxilL6sdXC9-3" parent="1" style="html=1;whiteSpace=wrap;align=left;" value="+ InternalExceptionLoggingMiddleware(RequestDelegate next, ILogger&amp;lt;InternalExceptionLoggingMiddleware&amp;gt; logger)&lt;div&gt;+ InvokeAsync(HttpContext context): Task&lt;/div&gt;" vertex="1">
          <mxGeometry height="50" width="373" x="190" y="170" as="geometry" />
        </mxCell>
        <mxCell id="9SU9_qW8QYxilL6sdXC9-4" parent="1" style="html=1;whiteSpace=wrap;" value="&lt;b&gt;SystemController&lt;/b&gt;" vertex="1">
          <mxGeometry height="20" width="373" x="190" y="280" as="geometry" />
        </mxCell>
        <mxCell id="9SU9_qW8QYxilL6sdXC9-5" parent="1" style="html=1;whiteSpace=wrap;align=left;" value="&amp;nbsp;- RequestDelegate _next&lt;div&gt;&amp;nbsp;- ILogger&amp;lt;InternalExceptionLoggingMiddleware&amp;gt; _logger&lt;/div&gt;" vertex="1">
          <mxGeometry height="40" width="373" x="190" y="300" as="geometry" />
        </mxCell>
        <mxCell id="nSlZFd5wFAZSHYiUsW6L-1" edge="1" parent="1" source="9SU9_qW8QYxilL6sdXC9-4" style="endArrow=diamond;html=1;rounded=0;exitX=0.5;exitY=0;exitDx=0;exitDy=0;entryX=0.5;entryY=1;entryDx=0;entryDy=0;endFill=0;" target="9SU9_qW8QYxilL6sdXC9-3" value="">
          <mxGeometry height="50" relative="1" width="50" as="geometry">
            <mxPoint x="90" y="290" as="sourcePoint" />
            <mxPoint x="140" y="240" as="targetPoint" />
          </mxGeometry>
        </mxCell>
      </root>
    </mxGraphModel>
  </diagram>
</mxfile>
